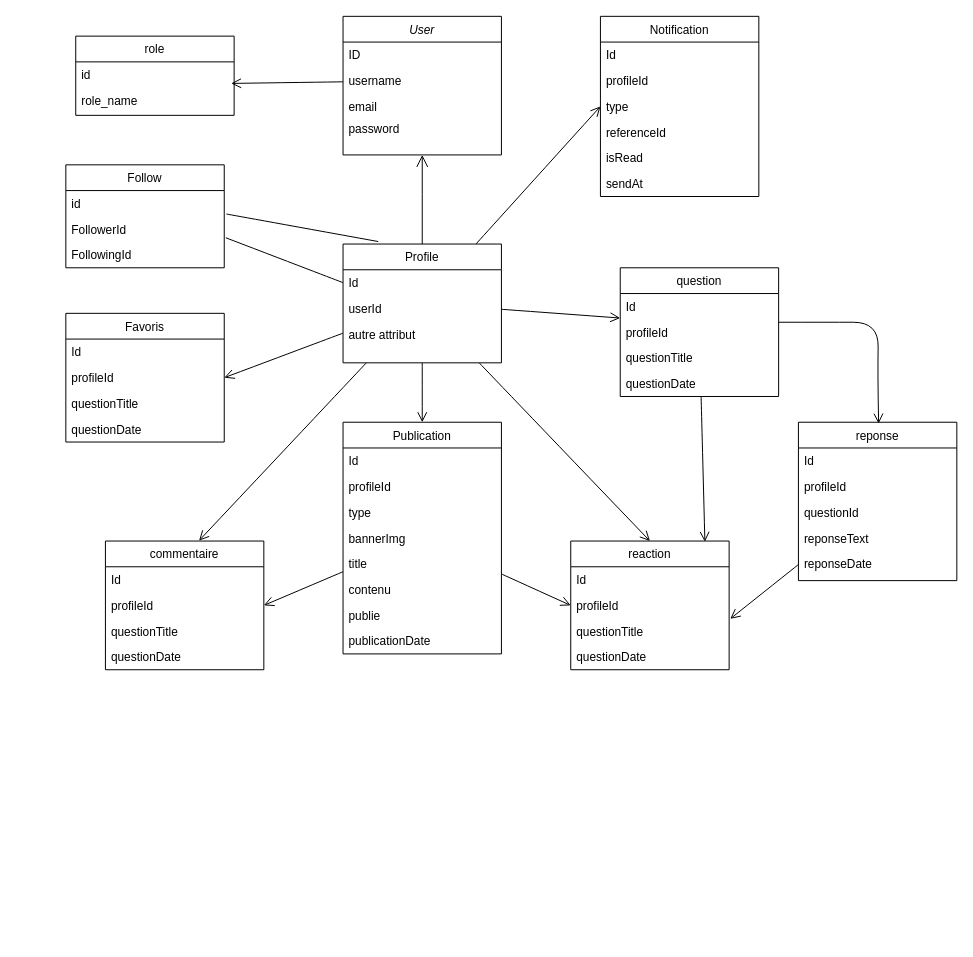
Above: Diagramme sans nom.drawio in zzemat/Magazine-IMPACT (draw.io), before the change. Source tidied: cells renumbered, new cells numbered last; positions are measured from the earlier drawing's top-left corner, leaving out a move shared by most shapes. Both pictures are drawn from the tidied source at 99%, with x=0, y=0 at pixel (65, 16).
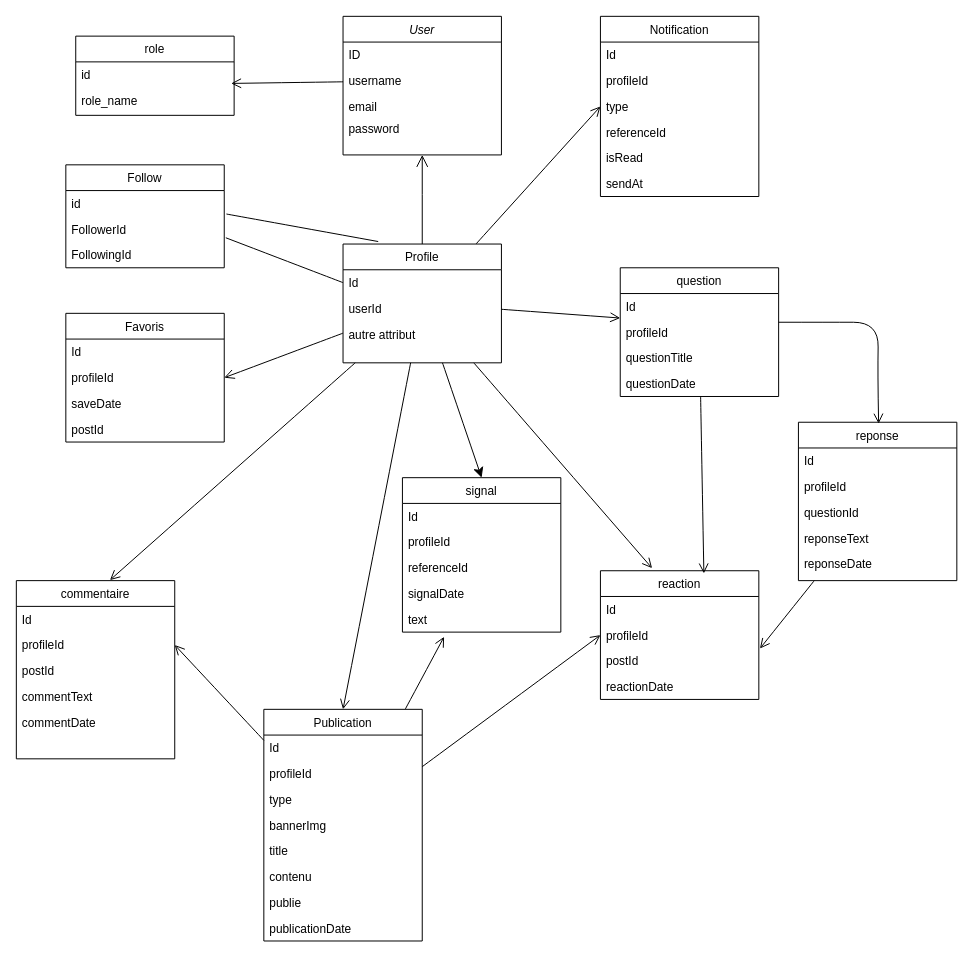
The same page after the edit.

The change refers to these unchanged cells:
```xml
<mxCell id="11" value="Profile" style="swimlane;fontStyle=0;align=center;verticalAlign=top;horizontal=1;startSize=26;rounded=0;shadow=0;strokeWidth=1;" parent="1" vertex="1">
  <mxGeometry x="280" y="230" width="160" height="120" as="geometry" />
</mxCell>
<mxCell id="43" value="question" style="swimlane;fontStyle=0;align=center;verticalAlign=top;horizontal=1;startSize=26;rounded=0;shadow=0;strokeWidth=1;" parent="1" vertex="1">
  <mxGeometry x="560" y="254" width="160" height="130" as="geometry" />
</mxCell>
<mxCell id="55" value="Favoris" style="swimlane;fontStyle=0;align=center;verticalAlign=top;horizontal=1;startSize=26;rounded=0;shadow=0;strokeWidth=1;" parent="1" vertex="1">
  <mxGeometry y="300" width="160" height="130" as="geometry" />
</mxCell>
```

Diff of the diagram source:
```diff
@@
-    <mxCell id="10" style="edgeStyle=none;curved=1;rounded=0;jettySize=auto;html=1;entryX=0.5;entryY=0;entryDx=0;entryDy=0;fontSize=12;startSize=8;endSize=8;endArrow=open;endFill=0;" parent="1" edge="1" source="11" target="68">
+    <mxCell id="10" style="edgeStyle=none;curved=1;rounded=0;jettySize=auto;html=1;entryX=0.326;entryY=-0.02;entryDx=0;entryDy=0;fontSize=12;startSize=8;endSize=8;endArrow=open;endFill=0;entryPerimeter=0;" parent="1" edge="1" source="11" target="68">
       <mxGeometry relative="1" as="geometry" />
     </mxCell>
+    <mxCell id="75" style="edgeStyle=none;curved=1;rounded=0;jettySize=auto;html=1;entryX=0.5;entryY=0;entryDx=0;entryDy=0;fontSize=12;startSize=8;endSize=8;" parent="1" edge="1" source="11" target="79">
+      <mxGeometry relative="1" as="geometry" />
+    </mxCell>
@@
+    <mxCell id="76" style="edgeStyle=none;curved=1;rounded=0;jettySize=auto;html=1;entryX=0.263;entryY=1.182;entryDx=0;entryDy=0;fontSize=12;startSize=8;endSize=8;endArrow=open;endFill=0;entryPerimeter=0;" parent="1" edge="1" source="27" target="84">
+      <mxGeometry relative="1" as="geometry" />
+    </mxCell>
     <mxCell id="27" value="Publication" style="swimlane;fontStyle=0;align=center;verticalAlign=top;horizontal=1;startSize=26;rounded=0;shadow=0;strokeWidth=1;" parent="1" vertex="1">
-      <mxGeometry x="280" y="410" width="160" height="234" as="geometry" />
+      <mxGeometry x="200" y="700" width="160" height="234" as="geometry" />
     </mxCell>
@@
-    <mxCell id="58" value="questionTitle" style="text;align=left;verticalAlign=top;spacingLeft=4;spacingRight=4;overflow=hidden;rounded=0;shadow=0;html=0;" parent="55" vertex="1">
-      <mxGeometry y="78" width="160" height="26" as="geometry" />
-    </mxCell>
-    <mxCell id="59" value="questionDate" style="text;align=left;verticalAlign=top;spacingLeft=4;spacingRight=4;overflow=hidden;rounded=0;shadow=0;html=0;" parent="55" vertex="1">
-      <mxGeometry y="104" width="160" height="26" as="geometry" />
+    <mxCell id="59" value="saveDate" style="text;align=left;verticalAlign=top;spacingLeft=4;spacingRight=4;overflow=hidden;rounded=0;shadow=0;html=0;" parent="55" vertex="1">
+      <mxGeometry y="78" width="160" height="26" as="geometry" />
     </mxCell>
+    <mxCell id="77" value="postId" style="text;align=left;verticalAlign=top;spacingLeft=4;spacingRight=4;overflow=hidden;rounded=0;shadow=0;html=0;" parent="55" vertex="1">
+      <mxGeometry y="104" width="160" height="26" as="geometry" />
+    </mxCell>
@@
     <mxCell id="61" value="commentaire" style="swimlane;fontStyle=0;align=center;verticalAlign=top;horizontal=1;startSize=26;rounded=0;shadow=0;strokeWidth=1;" parent="1" vertex="1">
-      <mxGeometry x="40" y="530" width="160" height="130" as="geometry" />
+      <mxGeometry x="-50" y="570" width="160" height="180" as="geometry" />
     </mxCell>
@@
-    <mxCell id="64" value="questionTitle" style="text;align=left;verticalAlign=top;spacingLeft=4;spacingRight=4;overflow=hidden;rounded=0;shadow=0;html=0;" parent="61" vertex="1">
+    <mxCell id="64" value="postId" style="text;align=left;verticalAlign=top;spacingLeft=4;spacingRight=4;overflow=hidden;rounded=0;shadow=0;html=0;" parent="61" vertex="1">
       <mxGeometry y="78" width="160" height="26" as="geometry" />
     </mxCell>
-    <mxCell id="65" value="questionDate" style="text;align=left;verticalAlign=top;spacingLeft=4;spacingRight=4;overflow=hidden;rounded=0;shadow=0;html=0;" parent="61" vertex="1">
+    <mxCell id="65" value="commentText" style="text;align=left;verticalAlign=top;spacingLeft=4;spacingRight=4;overflow=hidden;rounded=0;shadow=0;html=0;" parent="61" vertex="1">
       <mxGeometry y="104" width="160" height="26" as="geometry" />
     </mxCell>
+    <mxCell id="78" value="commentDate" style="text;align=left;verticalAlign=top;spacingLeft=4;spacingRight=4;overflow=hidden;rounded=0;shadow=0;html=0;" parent="61" vertex="1">
+      <mxGeometry y="130" width="160" height="26" as="geometry" />
+    </mxCell>
@@
     <mxCell id="68" value="reaction" style="swimlane;fontStyle=0;align=center;verticalAlign=top;horizontal=1;startSize=26;rounded=0;shadow=0;strokeWidth=1;" parent="1" vertex="1">
-      <mxGeometry x="510" y="530" width="160" height="130" as="geometry" />
+      <mxGeometry x="540" y="560" width="160" height="130" as="geometry" />
     </mxCell>
@@
-    <mxCell id="71" value="questionTitle" style="text;align=left;verticalAlign=top;spacingLeft=4;spacingRight=4;overflow=hidden;points=[[0,0.5],[1,0.5]];portConstraint=eastwest;rounded=0;shadow=0;html=0;" parent="68" vertex="1">
+    <mxCell id="71" value="postId" style="text;align=left;verticalAlign=top;spacingLeft=4;spacingRight=4;overflow=hidden;points=[[0,0.5],[1,0.5]];portConstraint=eastwest;rounded=0;shadow=0;html=0;" parent="68" vertex="1">
       <mxGeometry y="78" width="160" height="26" as="geometry" />
     </mxCell>
-    <mxCell id="72" value="questionDate" style="text;align=left;verticalAlign=top;spacingLeft=4;spacingRight=4;overflow=hidden;rounded=0;shadow=0;html=0;" parent="68" vertex="1">
+    <mxCell id="72" value="reactionDate" style="text;align=left;verticalAlign=top;spacingLeft=4;spacingRight=4;overflow=hidden;rounded=0;shadow=0;html=0;" parent="68" vertex="1">
       <mxGeometry y="104" width="160" height="26" as="geometry" />
     </mxCell>
-    <mxCell id="73" style="edgeStyle=none;curved=1;rounded=0;jettySize=auto;html=1;entryX=0.847;entryY=0.006;entryDx=0;entryDy=0;entryPerimeter=0;fontSize=12;startSize=8;endSize=8;endArrow=open;endFill=0;" parent="1" edge="1" source="43" target="68">
+    <mxCell id="73" style="edgeStyle=none;curved=1;rounded=0;jettySize=auto;html=1;entryX=0.653;entryY=0.021;entryDx=0;entryDy=0;entryPerimeter=0;fontSize=12;startSize=8;endSize=8;endArrow=open;endFill=0;" parent="1" edge="1" source="43" target="68">
       <mxGeometry relative="1" as="geometry" />
     </mxCell>
@@
+    <mxCell id="79" value="signal" style="swimlane;fontStyle=0;align=center;verticalAlign=top;horizontal=1;startSize=26;rounded=0;shadow=0;strokeWidth=1;" parent="1" vertex="1">
+      <mxGeometry x="340" y="466" width="160" height="156" as="geometry" />
+    </mxCell>
+    <mxCell id="80" value="Id" style="text;align=left;verticalAlign=top;spacingLeft=4;spacingRight=4;overflow=hidden;" parent="79" vertex="1">
+      <mxGeometry y="26" width="160" height="26" as="geometry" />
+    </mxCell>
+    <mxCell id="81" value="profileId" style="text;align=left;verticalAlign=top;spacingLeft=4;spacingRight=4;overflow=hidden;rounded=0;shadow=0;html=0;" parent="79" vertex="1">
+      <mxGeometry y="52" width="160" height="26" as="geometry" />
+    </mxCell>
+    <mxCell id="82" value="referenceId" style="text;align=left;verticalAlign=top;spacingLeft=4;spacingRight=4;overflow=hidden;rounded=0;shadow=0;html=0;" parent="79" vertex="1">
+      <mxGeometry y="78" width="160" height="26" as="geometry" />
+    </mxCell>
+    <mxCell id="83" value="signalDate" style="text;align=left;verticalAlign=top;spacingLeft=4;spacingRight=4;overflow=hidden;rounded=0;shadow=0;html=0;" parent="79" vertex="1">
+      <mxGeometry y="104" width="160" height="26" as="geometry" />
+    </mxCell>
+    <mxCell id="84" value="text" style="text;align=left;verticalAlign=top;spacingLeft=4;spacingRight=4;overflow=hidden;points=[[0,0.5],[1,0.5]];portConstraint=eastwest;rounded=0;shadow=0;html=0;" parent="79" vertex="1">
+      <mxGeometry y="130" width="160" height="26" as="geometry" />
+    </mxCell>
```
